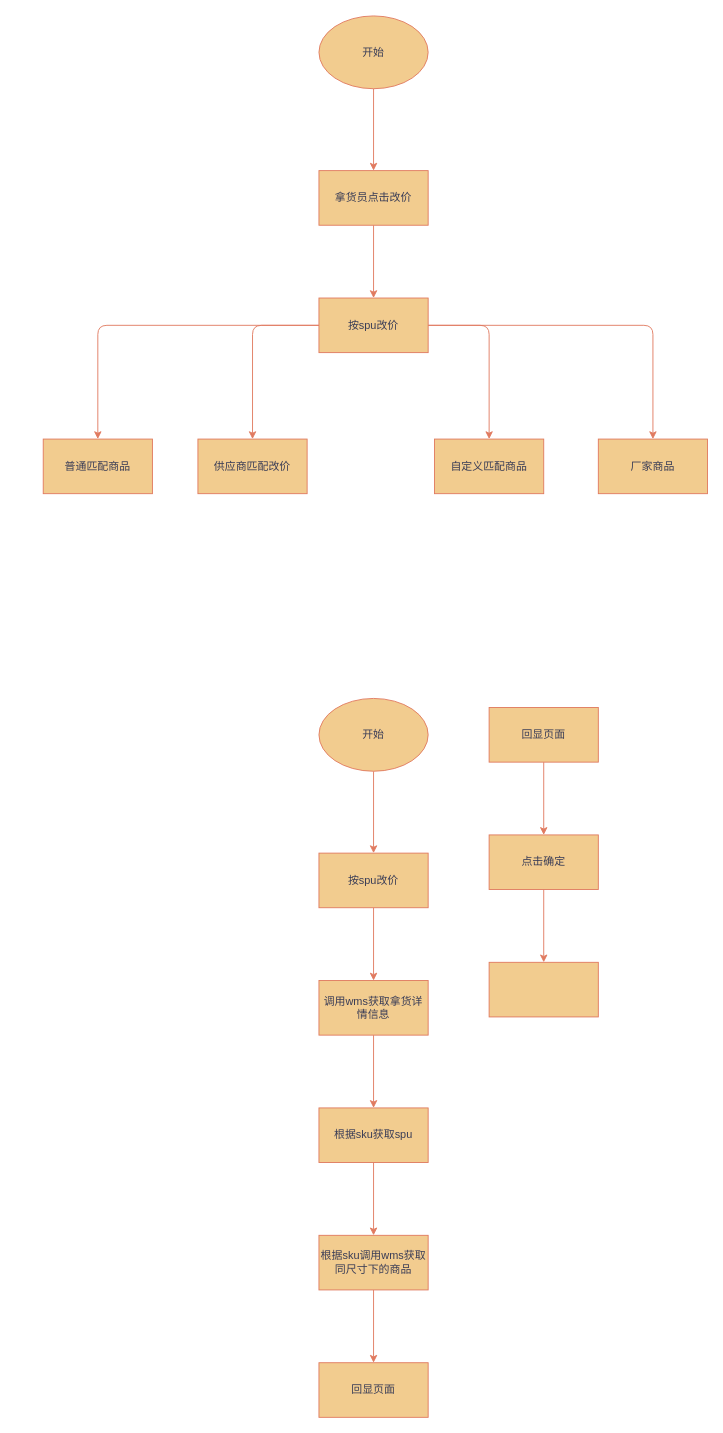
The draw.io diagram 拿货改价.drawio in bian0814/draw.io, before the edit. Source tidied: cells renumbered, new cells numbered last; positions are measured from the earlier drawing's top-left corner, leaving out a move shared by most shapes. Both pictures are drawn from the tidied source at 91%, with x=0, y=0 at pixel (43, 15).
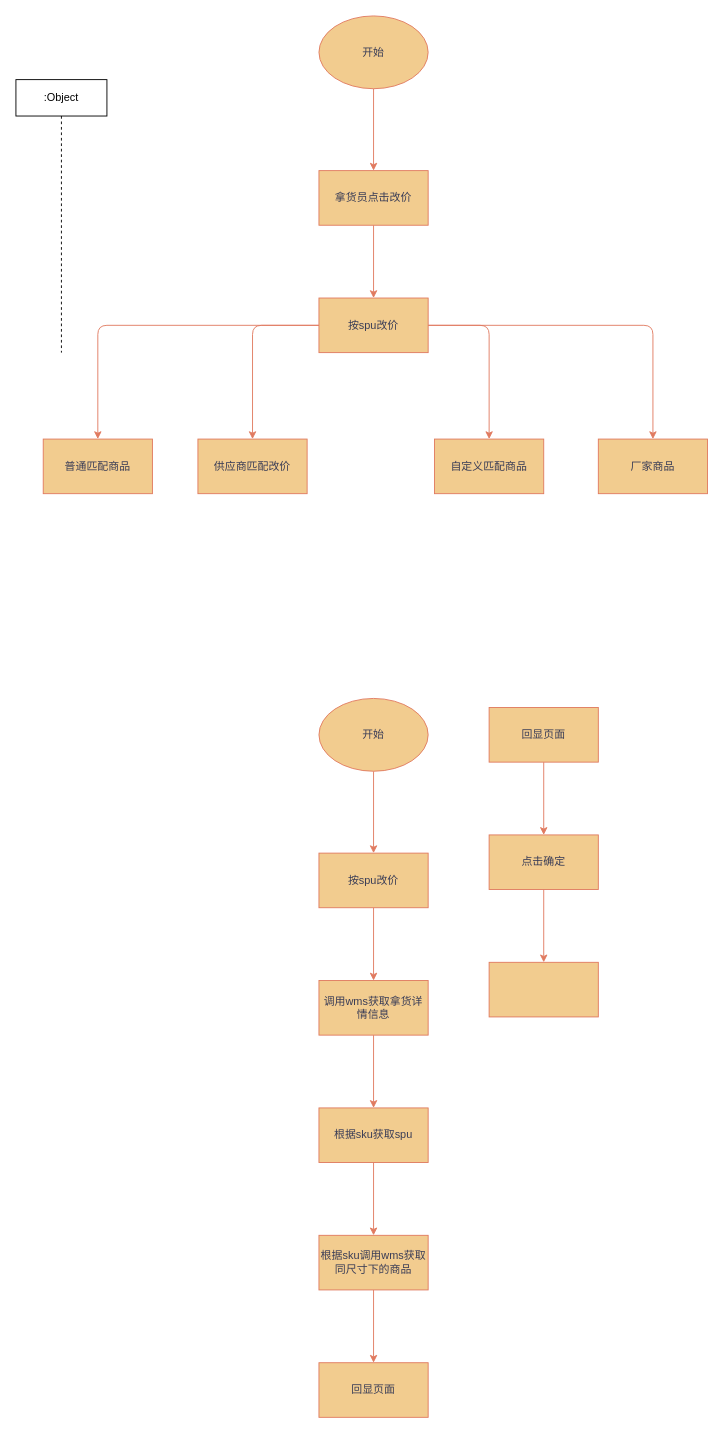
The same page after the edit.

Commit message:
更新拿货改价.drawio

The edit, as a diff of the source:
```diff
@@
+    <mxCell id="31" value=":Object" style="shape=umlLifeline;perimeter=lifelinePerimeter;whiteSpace=wrap;html=1;newEdgeStyle={&quot;curved&quot;:0,&quot;rounded&quot;:0};" parent="1" vertex="1">
+      <mxGeometry x="-30" y="70" width="100" height="300" as="geometry" />
+    </mxCell>
```
